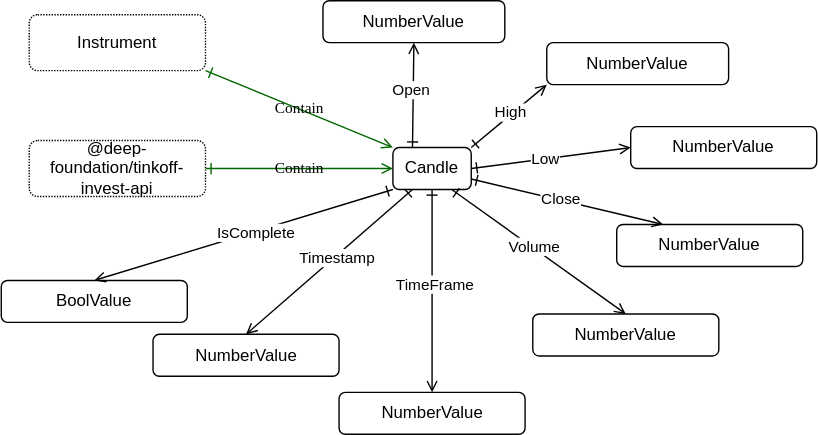
Earlier version of the draw.io export src/candle/Candle.drawio.svg (suenot/deep-tinkoff-invest-api). Source tidied: cells renumbered, new cells last; positions are measured from the earlier drawing's top-left corner, leaving out a move shared by most shapes.
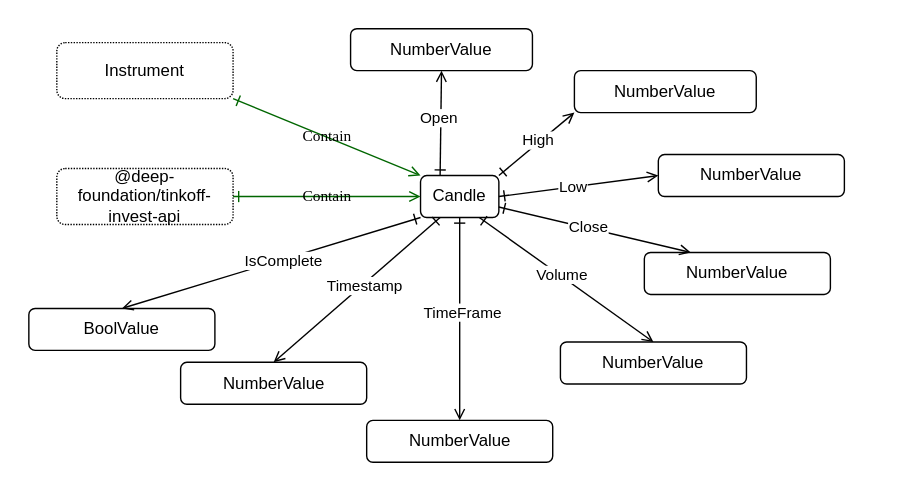
The same diagram one commit later.

What changed in the source:
```diff
@@ -2,6 +2,9 @@
   <root>
     <mxCell id="0" />
     <mxCell id="1" parent="0" />
+    <mxCell id="31" style="rounded=0;whiteSpace=wrap;html=1;strokeColor=none;" parent="1" vertex="1">
+      <mxGeometry x="-20" y="-20" width="650" height="350" as="geometry" />
+    </mxCell>
     <mxCell id="2" style="edgeStyle=none;html=1;exitX=1;exitY=0;exitDx=0;exitDy=0;entryX=0;entryY=1;entryDx=0;entryDy=0;startArrow=ERone;startFill=0;endArrow=open;endFill=0;" parent="1" edge="1" source="4" target="5">
       <mxGeometry relative="1" as="geometry" />
     </mxCell>
```
